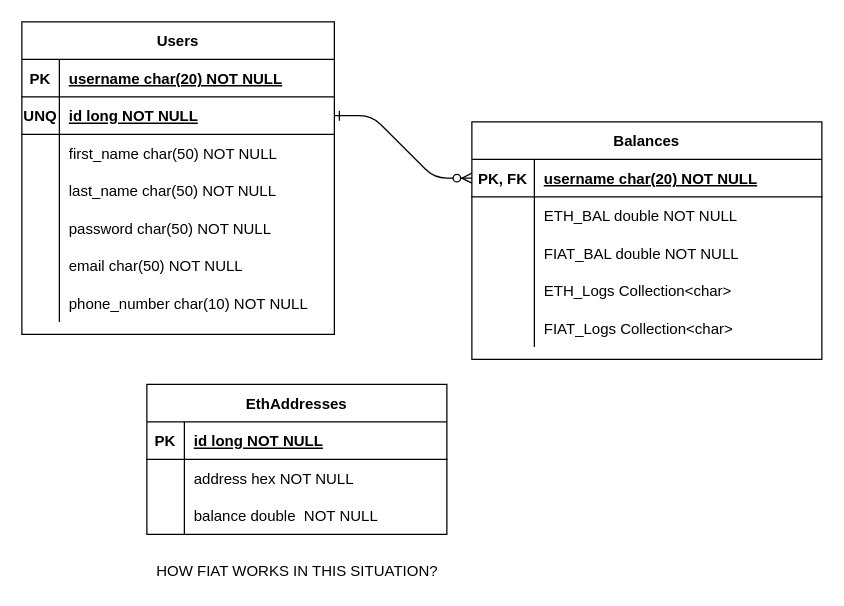
This is DrawIo diagrams/DatabaseTables.drawio from Danyelss/License-Backend-Spring-Boot, a draw.io file, before an edit. Source tidied: cells renumbered, new cells numbered last; positions are measured from the earlier drawing's top-left corner, leaving out a move shared by most shapes. Both pictures are drawn from the tidied source at 125%, with x=0, y=0 at pixel (21, 21).
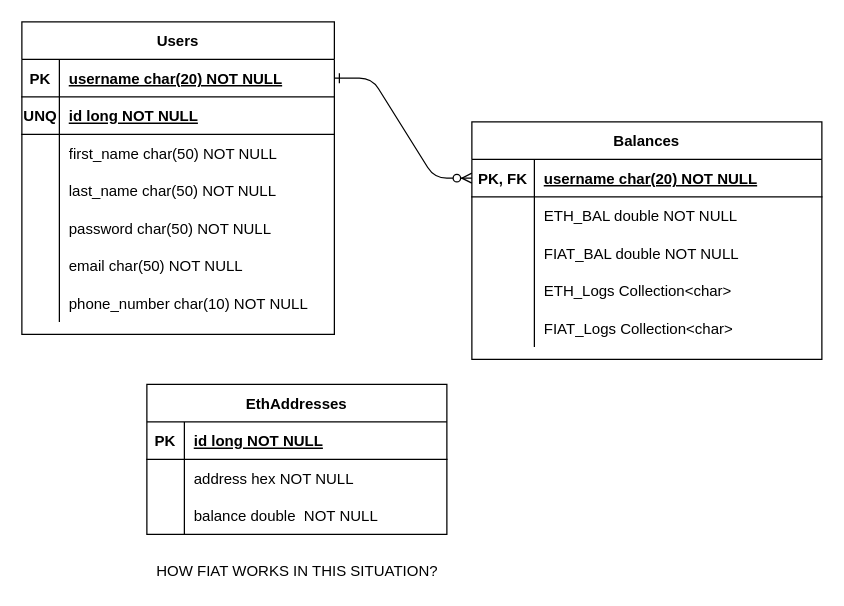
The same page after the edit.

Unchanged cells that the change refers to:
```xml
<mxCell id="3" style="shape=partialRectangle;fillColor=none;points=[[0,0.5],[1,0.5]];portConstraint=eastwest;top=0;left=0;right=0;bottom=1;" parent="2" vertex="1">
  <mxGeometry y="30" width="250" height="30" as="geometry" />
</mxCell>
<mxCell id="6" style="shape=partialRectangle;fillColor=none;points=[[0,0.5],[1,0.5]];portConstraint=eastwest;top=0;left=0;right=0;bottom=1;" parent="2" vertex="1">
  <mxGeometry y="60" width="250" height="30" as="geometry" />
</mxCell>
<mxCell id="25" style="shape=partialRectangle;fillColor=none;top=0;left=0;bottom=1;right=0;points=[[0,0.5],[1,0.5]];portConstraint=eastwest;" parent="24" vertex="1">
  <mxGeometry y="30" width="280" height="30" as="geometry" />
</mxCell>
```

The edit, as a diff of the source:
```diff
@@
-    <mxCell id="40" style="edgeStyle=entityRelationEdgeStyle;endArrow=ERzeroToMany;startArrow=ERone;endFill=1;startFill=0;exitX=1;exitY=0.5;exitDx=0;exitDy=0;entryX=0;entryY=0.5;entryDx=0;entryDy=0;" parent="1" edge="1" source="6" target="25">
+    <mxCell id="40" style="edgeStyle=entityRelationEdgeStyle;endArrow=ERzeroToMany;startArrow=ERone;endFill=1;startFill=0;exitX=1;exitY=0.5;exitDx=0;exitDy=0;entryX=0;entryY=0.5;entryDx=0;entryDy=0;" parent="1" edge="1" source="3" target="25">
       <mxGeometry relative="1" as="geometry" />
     </mxCell>
```
